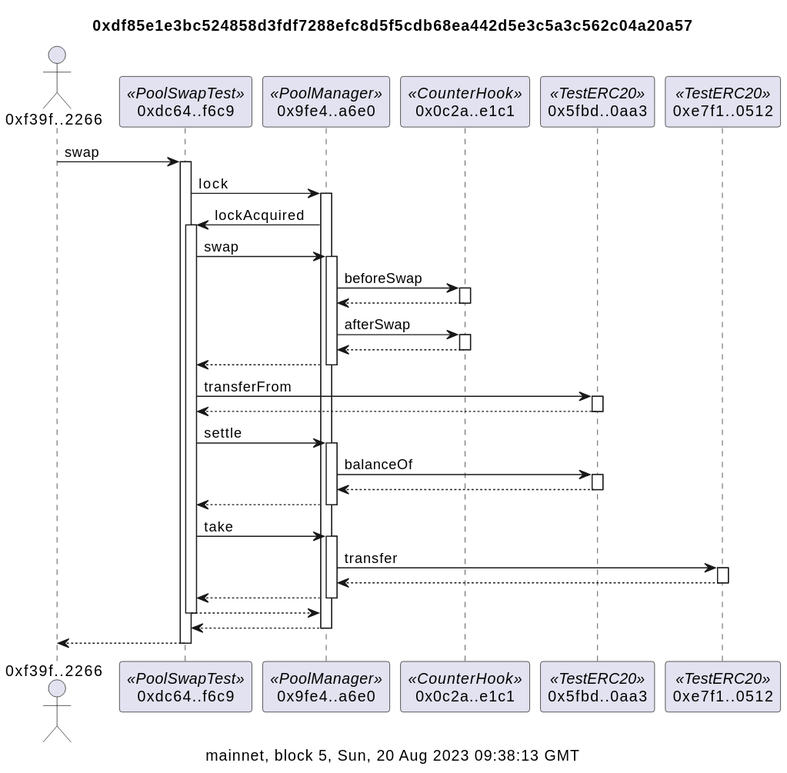
This is docs/counterSwapSummary.svg from naddison36/uniswap-v4-hooks, a PlantUML export, as it was before one commit. The source it was exported from:
```plantuml
@startuml
title 0xdf85e1e3bc524858d3fdf7288efc8d5f5cdb68ea442d5e3c5a3c562c04a20a57

caption mainnet, block 5, Sun, 20 Aug 2023 09:38:13 GMT
actor "0xf39f..2266" as f39f2266
participant "0xdc64..f6c9" as dc64f6c9 <<PoolSwapTest>>
participant "0x9fe4..a6e0" as 9fe4a6e0 <<PoolManager>>
participant "0x0c2a..e1c1" as 0c2ae1c1 <<CounterHook>>
participant "0x5fbd..0aa3" as 5fbd0aa3 <<TestERC20>>
participant "0xe7f1..0512" as e7f10512 <<TestERC20>>

f39f2266 -> dc64f6c9: swap
activate dc64f6c9
dc64f6c9 -> 9fe4a6e0: lock
activate 9fe4a6e0
9fe4a6e0 -> dc64f6c9: lockAcquired
activate dc64f6c9
dc64f6c9 -> 9fe4a6e0: swap
activate 9fe4a6e0
9fe4a6e0 -> 0c2ae1c1: beforeSwap
activate 0c2ae1c1
return
9fe4a6e0 -> 0c2ae1c1: afterSwap
activate 0c2ae1c1
return
return
dc64f6c9 -> 5fbd0aa3: transferFrom
activate 5fbd0aa3
return
dc64f6c9 -> 9fe4a6e0: settle
activate 9fe4a6e0
9fe4a6e0 -> 5fbd0aa3: balanceOf
activate 5fbd0aa3
return
return
dc64f6c9 -> 9fe4a6e0: take
activate 9fe4a6e0
9fe4a6e0 -> e7f10512: transfer
activate e7f10512
return
return
return
return
return
@enduml
```
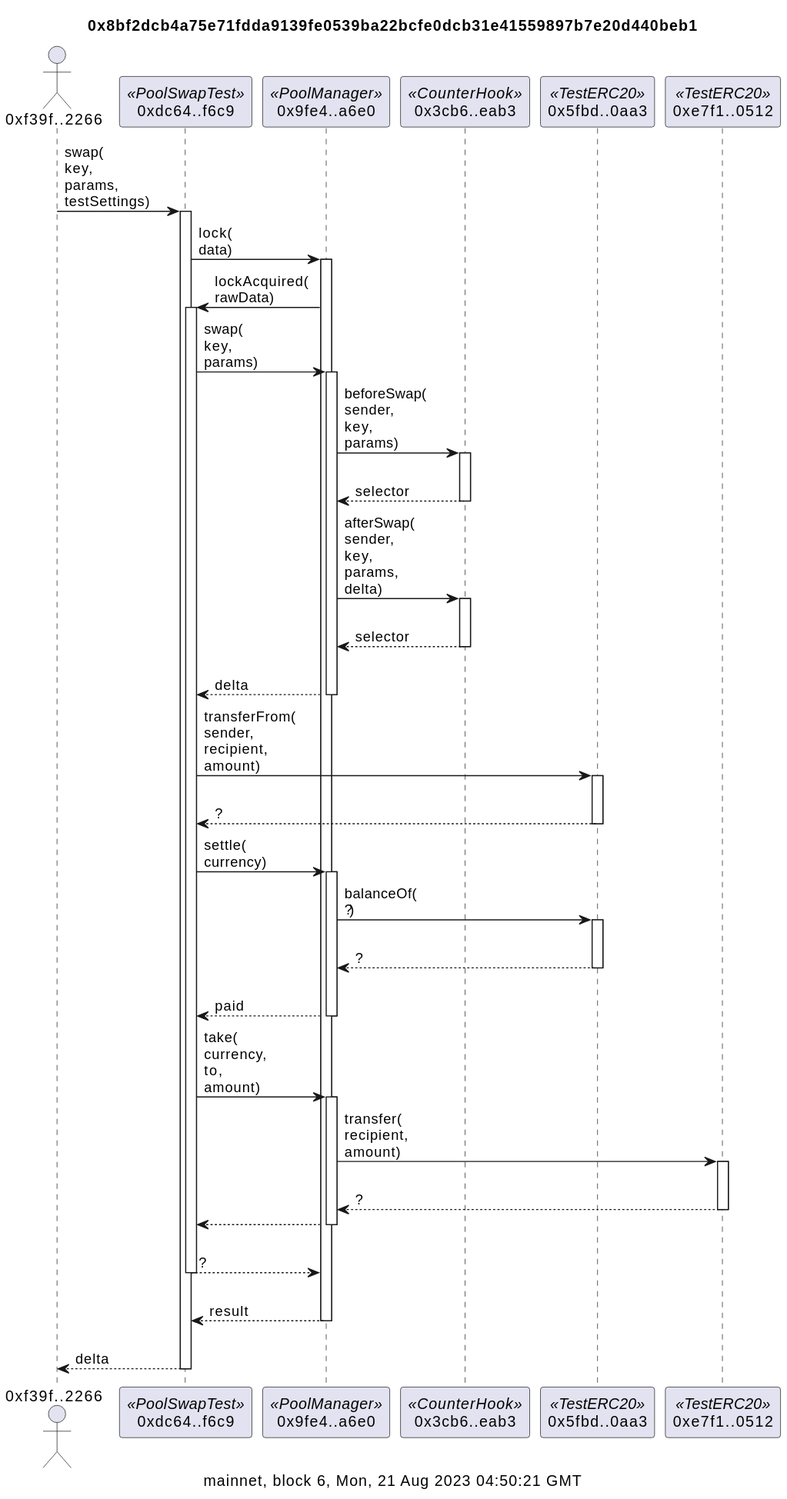
The same diagram one commit later.

The edit, as a diff of the source:
```diff
@@ -1,45 +1,45 @@
 @startuml
-title 0xdf85e1e3bc524858d3fdf7288efc8d5f5cdb68ea442d5e3c5a3c562c04a20a57
+title 0x8bf2dcb4a75e71fdda9139fe0539ba22bcfe0dcb31e41559897b7e20d440beb1
 
-caption mainnet, block 5, Sun, 20 Aug 2023 09:38:13 GMT
+caption mainnet, block 6, Mon, 21 Aug 2023 04:50:21 GMT
 actor "0xf39f..2266" as f39f2266
 participant "0xdc64..f6c9" as dc64f6c9 <<PoolSwapTest>>
 participant "0x9fe4..a6e0" as 9fe4a6e0 <<PoolManager>>
-participant "0x0c2a..e1c1" as 0c2ae1c1 <<CounterHook>>
+participant "0x3cb6..eab3" as 3cb6eab3 <<CounterHook>>
 participant "0x5fbd..0aa3" as 5fbd0aa3 <<TestERC20>>
 participant "0xe7f1..0512" as e7f10512 <<TestERC20>>
 
-f39f2266 -> dc64f6c9: swap
+f39f2266 -> dc64f6c9: swap(\nkey,\nparams,\ntestSettings)
 activate dc64f6c9
-dc64f6c9 -> 9fe4a6e0: lock
+dc64f6c9 -> 9fe4a6e0: lock(\ndata)
 activate 9fe4a6e0
-9fe4a6e0 -> dc64f6c9: lockAcquired
+9fe4a6e0 -> dc64f6c9: lockAcquired(\nrawData)
 activate dc64f6c9
-dc64f6c9 -> 9fe4a6e0: swap
+dc64f6c9 -> 9fe4a6e0: swap(\nkey,\nparams)
 activate 9fe4a6e0
-9fe4a6e0 -> 0c2ae1c1: beforeSwap
-activate 0c2ae1c1
+9fe4a6e0 -> 3cb6eab3: beforeSwap(\nsender,\nkey,\nparams)
+activate 3cb6eab3
+return\nselector
+9fe4a6e0 -> 3cb6eab3: afterSwap(\nsender,\nkey,\nparams,\ndelta)
+activate 3cb6eab3
+return\nselector
+return\ndelta
+dc64f6c9 -> 5fbd0aa3: transferFrom(\nsender,\nrecipient,\namount)
+activate 5fbd0aa3
+return\n?
+dc64f6c9 -> 9fe4a6e0: settle(\ncurrency)
+activate 9fe4a6e0
+9fe4a6e0 -> 5fbd0aa3: balanceOf(\n?)
+activate 5fbd0aa3
+return\n?
+return\npaid
+dc64f6c9 -> 9fe4a6e0: take(\ncurrency,\nto,\namount)
+activate 9fe4a6e0
+9fe4a6e0 -> e7f10512: transfer(\nrecipient,\namount)
+activate e7f10512
+return\n?
 return
-9fe4a6e0 -> 0c2ae1c1: afterSwap
-activate 0c2ae1c1
-return
-return
-dc64f6c9 -> 5fbd0aa3: transferFrom
-activate 5fbd0aa3
-return
-dc64f6c9 -> 9fe4a6e0: settle
-activate 9fe4a6e0
-9fe4a6e0 -> 5fbd0aa3: balanceOf
-activate 5fbd0aa3
-return
-return
-dc64f6c9 -> 9fe4a6e0: take
-activate 9fe4a6e0
-9fe4a6e0 -> e7f10512: transfer
-activate e7f10512
-return
-return
-return
-return
-return
+return\n?
+return\nresult
+return\ndelta
 @enduml
```
